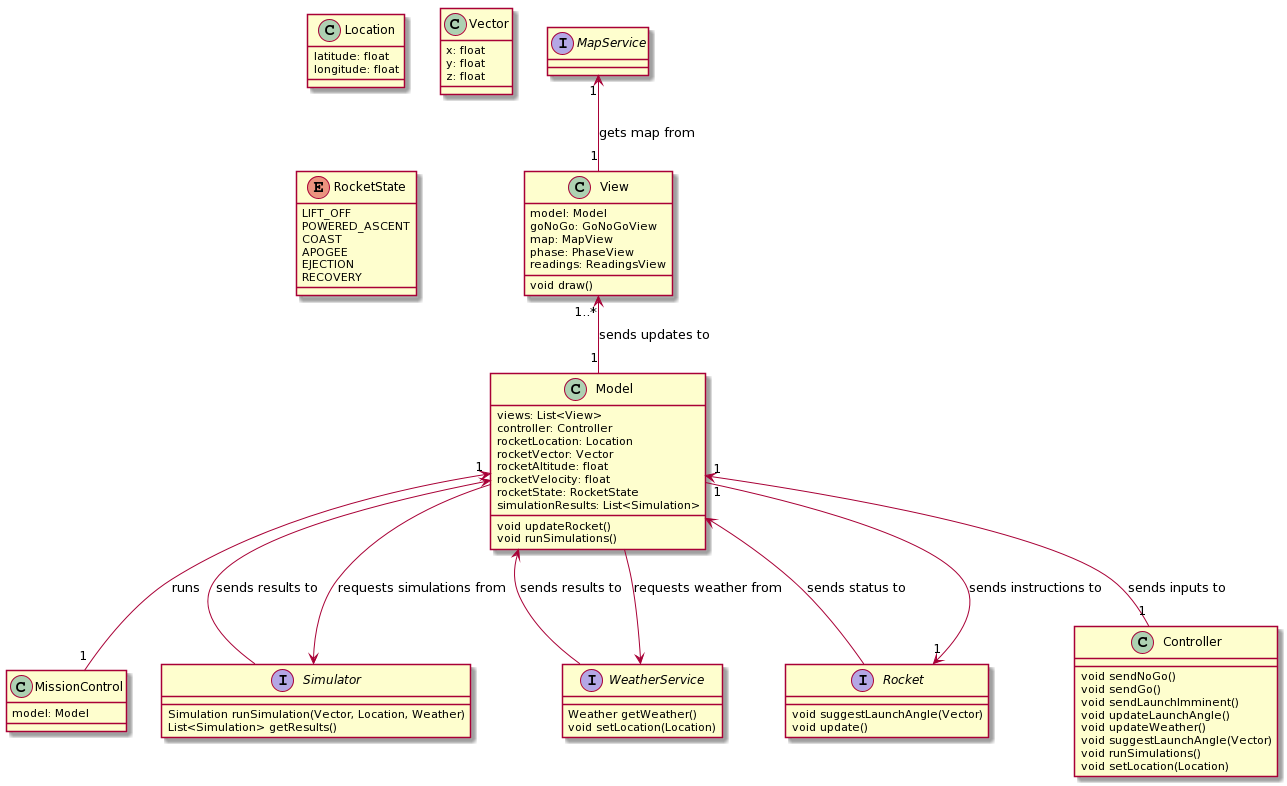
Before: uml_diagrams/class_diagram/class_diagram.png, a diagram exported from PlantUML (andrewellio/mission-control-).
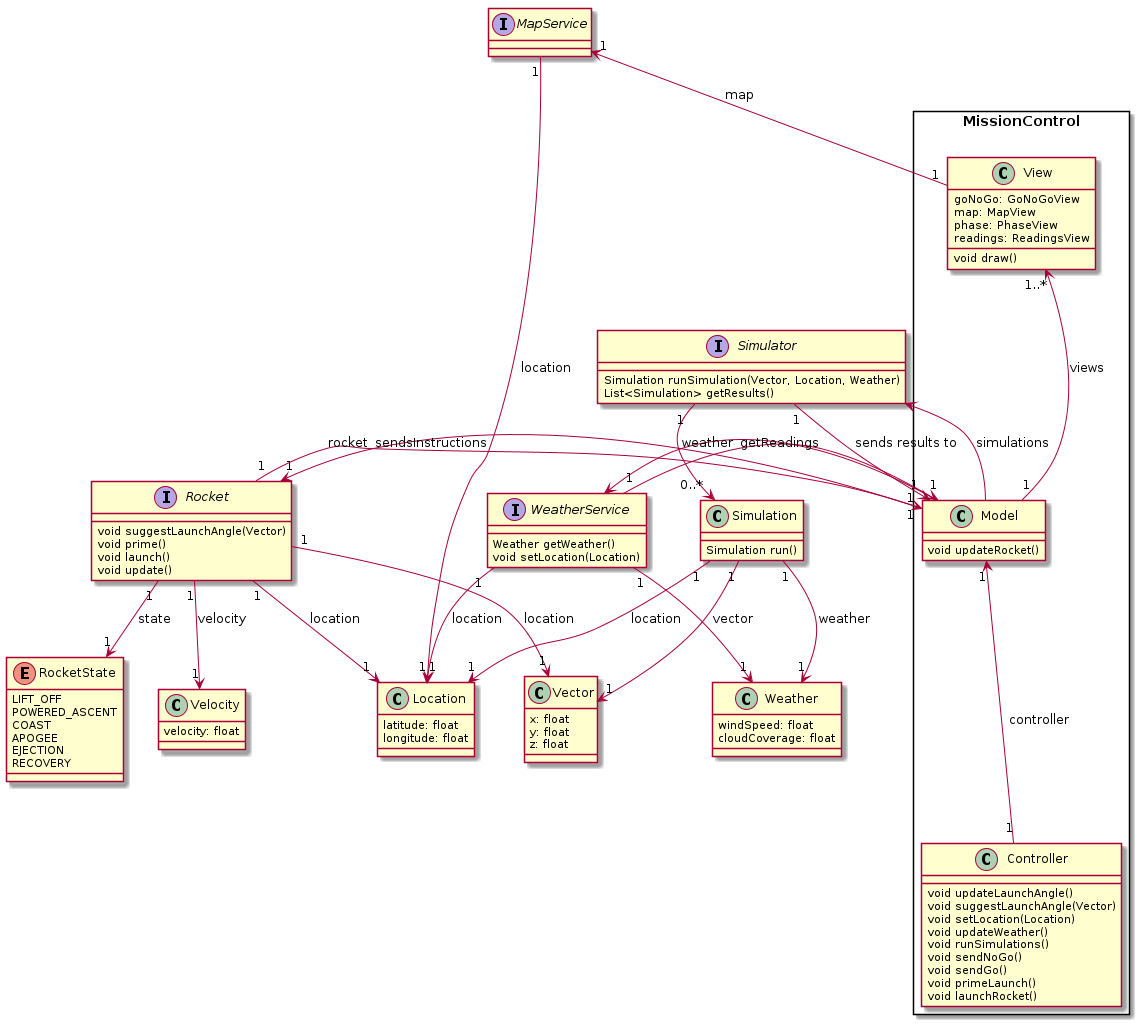
The same file after the commit.

Commit message:
All diagrams consistent

The edit, as a diff of the source:
```diff
@@ -1,59 +1,38 @@
-@startuml
-class MissionControl {
-  model: Model
-}
-Model "1" <-- "1" MissionControl : runs
+@startuml class_diagram
 
-class View {
-  model: Model
-  goNoGo: GoNoGoView
-  map: MapView
-  phase: PhaseView
-  readings: ReadingsView
-  void draw()
-}
-MapService "1" <-- "1" View : gets map from
+skinparam packageStyle rectangle
 
+rectangle MissionControl {
+  class Model {
+    void updateRocket()
+  }
 
-class Model {
-  views: List<View>
-  controller: Controller
-  rocketLocation: Location
-  rocketVector: Vector
-  rocketAltitude: float
-  rocketVelocity: float
-  rocketState: RocketState
-  simulationResults: List<Simulation>
+  class View {
+    goNoGo: GoNoGoView
+    map: MapView
+    phase: PhaseView
+    readings: ReadingsView
+    void draw()
+  }
 
-  void updateRocket()
-  void runSimulations()
-}
-View "1..*" <-- "1" Model : sends updates to
-Simulator <-- Model : requests simulations from
-WeatherService <-- Model : requests weather from
-Rocket "1" <-- "1" Model : sends instructions to
-
-class Controller {
-  void sendNoGo()
-  void sendGo()
-  void sendLaunchImminent()
-  void updateLaunchAngle()
-  void updateWeather()
-  void suggestLaunchAngle(Vector)
-  void runSimulations()
-  void setLocation(Location)
-}
-Model "1" <-- "1" Controller : sends inputs to
-
-class Location {
-  latitude: float
-  longitude: float
+  class Controller {
+    void updateLaunchAngle()
+    void suggestLaunchAngle(Vector)
+    void setLocation(Location)
+    void updateWeather()
+    void runSimulations()
+    void sendNoGo()
+    void sendGo()
+    void primeLaunch()
+    void launchRocket()
+  }
 }
 
-class Vector {
-  x: float
-  y: float
-  z: float
+interface Rocket {
+  void suggestLaunchAngle(Vector)
+  void prime()
+  void launch()
+  void update()
 }
 
 enum RocketState {
@@ -65,24 +44,68 @@
   RECOVERY
 }
 
-interface Rocket {
-  void suggestLaunchAngle(Vector)
-  void update()
+class Location {
+  latitude: float
+  longitude: float
 }
-Model <-- Rocket : sends status to
+
+class Velocity {
+  velocity: float
+}
+
+class Vector {
+  x: float
+  y: float
+  z: float
+}
 
 interface Simulator {
   Simulation runSimulation(Vector, Location, Weather)
   List<Simulation> getResults()
 }
-Model <-- Simulator : sends results to
 
+class Simulation {
+  Simulation run()
+}
 
 interface WeatherService {
   Weather getWeather()
   void setLocation(Location)
 }
-Model <-- WeatherService : sends results to
 
-interface MapService
+class Weather {
+  windSpeed: float
+  cloudCoverage: float
+}
+
+interface MapService {
+
+}
+
+Model "1" <-- "1" Controller : controller
+View "1..*" <-- "1" Model : views
+Simulator <-- Model : simulations
+
+MapService "1" <-- "1" View : map
+WeatherService <-- Model : weather
+Rocket "1" <-- "1" Model : sendsInstructions
+Model "1" <-- "1" Rocket : rocket
+
+Rocket "1" --> "1" Location : location
+Rocket "1" --> "1" Velocity: velocity
+Rocket "1" --> "1" Vector : location
+Rocket "1" --> "1" RocketState : state
+
+Simulator "1" --> "0..*" Simulation
+Simulation "1" --> "1" Location : location
+Simulation "1" --> "1" Vector: vector
+Simulation "1" --> "1" Weather: weather
+
+Model "1" <-- "1" Simulator : sends results to
+Model "1" <-- "1" WeatherService : getReadings
+
+WeatherService "1" --> "1" Location: location
+WeatherService "1" --> "1" Weather
+
+MapService "1" --> "1" Location : location
 @enduml
```
